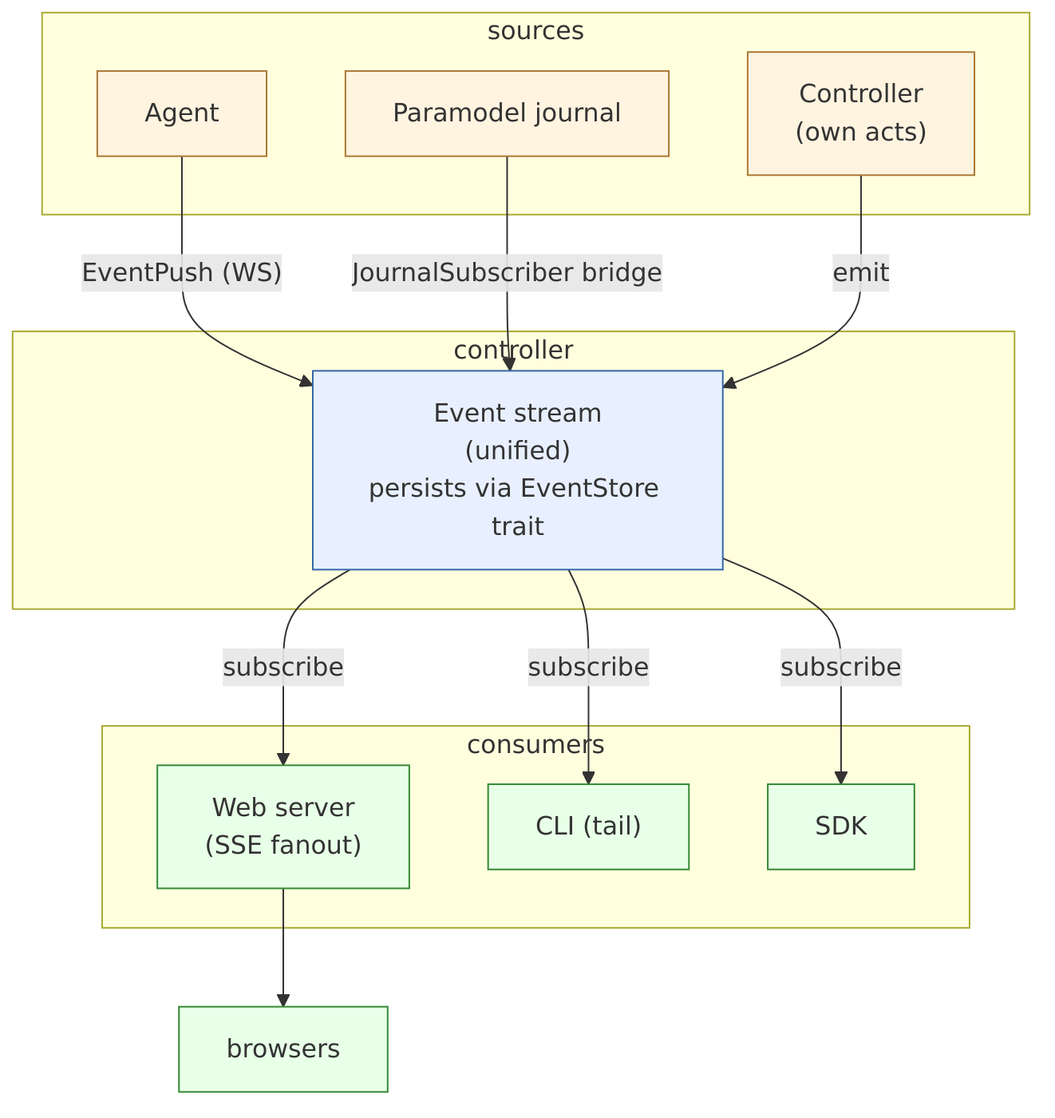
The Mermaid diagram docs/design/diagrams/SRD-0111/event-flow.png in nosqlbench/hyperplane-rs, before a commit. Its source is kept beside it as docs/design/diagrams/SRD-0111/event-flow.mmd.
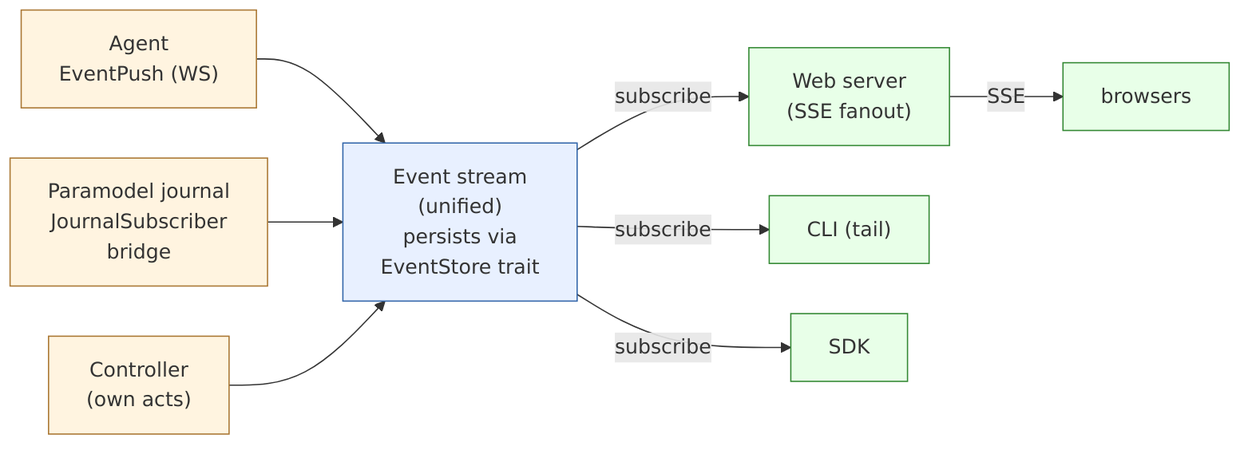
The same diagram one commit later.

The edit, as a diff of the source:
```diff
@@ -1,33 +1,28 @@
-flowchart TB
-    subgraph Sources ["sources"]
-        AG["Agent"]
-        PM["Paramodel journal"]
-        CTRL["Controller<br/>(own acts)"]
-    end
+%%{init: {'flowchart': {'nodeSpacing': 40, 'rankSpacing': 60}}}%%
+flowchart LR
+    AG["Agent<br/>EventPush (WS)"]
+    PM["Paramodel journal<br/>JournalSubscriber<br/>bridge"]
+    CT["Controller<br/>(own acts)"]
 
-    subgraph Controller ["controller"]
-        ES["Event stream<br/>(unified)<br/>persists via EventStore trait"]
-    end
+    ES["Event stream<br/>(unified)<br/>persists via<br/>EventStore trait"]
 
-    subgraph Consumers ["consumers"]
-        WEB["Web server<br/>(SSE fanout)"]
-        CLI["CLI (tail)"]
-        SDK["SDK"]
-    end
+    WEB["Web server<br/>(SSE fanout)"]
+    CLI["CLI (tail)"]
+    SDK["SDK"]
+    BR["browsers"]
 
-    AG -- "EventPush (WS)" --> ES
-    PM -- "JournalSubscriber bridge" --> ES
-    CTRL -- "emit" --> ES
+    AG --> ES
+    PM --> ES
+    CT --> ES
 
-    ES -- "subscribe" --> WEB
-    ES -- "subscribe" --> CLI
-    ES -- "subscribe" --> SDK
-
-    WEB --> Browsers["browsers"]
+    ES -- subscribe --> WEB
+    ES -- subscribe --> CLI
+    ES -- subscribe --> SDK
+    WEB -- SSE --> BR
 
     classDef src fill:#fff4e0,stroke:#aa7733
     classDef ctrl fill:#e8f0ff,stroke:#3366aa
     classDef cons fill:#e8ffe8,stroke:#338833
-    class AG,PM,CTRL src
+    class AG,PM,CT src
     class ES ctrl
-    class WEB,CLI,SDK,Browsers cons
+    class WEB,CLI,SDK,BR cons
```
